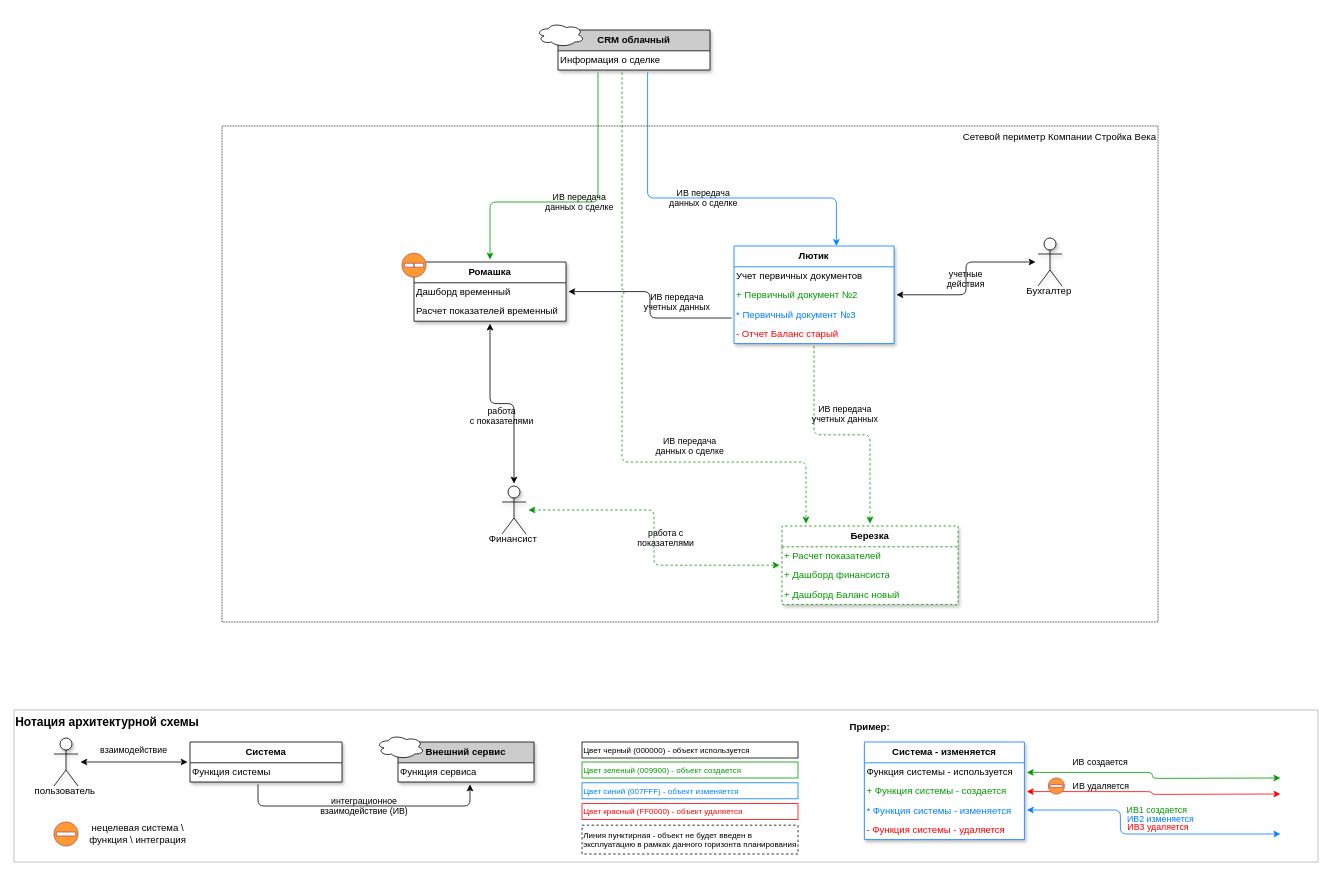
Earlier version of the draw.io diagram templates/L1-diagram-template.drawio (AndrewBiz/tarpar). Source tidied: cells renumbered, new cells numbered last; positions are measured from the earlier drawing's top-left corner, leaving out a move shared by most shapes. Both pictures are drawn from the tidied source at 80%, with x=0, y=0 at pixel (14, 14).
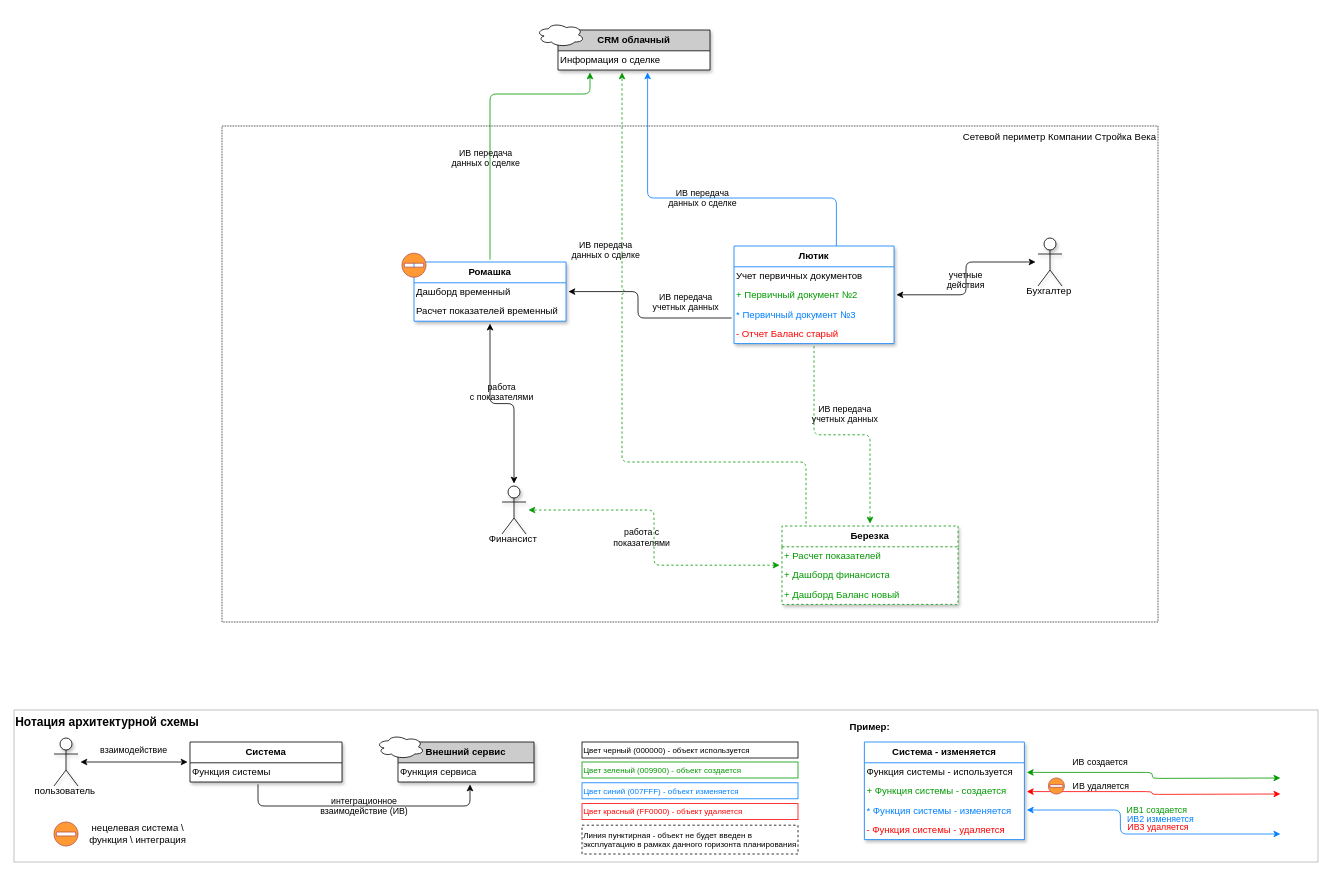
After the change.

Unchanged cells that the change refers to:
```xml
<mxCell id="36" value="Лютик" style="swimlane;strokeColor=#007FFF;rounded=0;strokeWidth=1;fontStyle=1;horizontal=1;startSize=26;fillColor=default;whiteSpace=wrap;labelBackgroundColor=none;swimlaneFillColor=#FFFFFF;swimlaneLine=1;shadow=1;glass=0;fixDash=0;movableLabel=0;noLabel=0;snapToPoint=0;perimeter=rectanglePerimeter;enumerate=0;comic=0;spacing=0;" parent="31" vertex="1">
  <mxGeometry x="900" y="290" width="200" height="122" as="geometry" />
</mxCell>
<mxCell id="41" value="Финансист" style="shape=umlActor;verticalLabelPosition=bottom;verticalAlign=top;outlineConnect=0;movableLabel=1;enumerate=0;comic=0;textShadow=0;shadow=1;" parent="31" vertex="1">
  <mxGeometry x="610" y="590" width="30" height="60" as="geometry">
    <mxPoint x="-1" y="-8" as="offset" />
  </mxGeometry>
</mxCell>
<mxCell id="42" value="Березка" style="swimlane;strokeColor=#009900;rounded=0;strokeWidth=1;fontStyle=1;horizontal=1;startSize=26;fillColor=default;whiteSpace=wrap;labelBackgroundColor=none;swimlaneFillColor=#FFFFFF;swimlaneLine=1;shadow=1;glass=0;fixDash=0;movableLabel=0;noLabel=0;snapToPoint=0;perimeter=rectanglePerimeter;enumerate=0;comic=0;spacing=0;dashed=1;" parent="31" vertex="1">
  <mxGeometry x="960" y="640" width="220" height="98" as="geometry" />
</mxCell>
<mxCell id="47" value="Бухгалтер" style="shape=umlActor;verticalLabelPosition=bottom;verticalAlign=top;outlineConnect=0;movableLabel=1;enumerate=0;comic=0;textShadow=0;shadow=1;" parent="31" vertex="1">
  <mxGeometry x="1280" y="280" width="30" height="60" as="geometry">
    <mxPoint x="-1" y="-8" as="offset" />
  </mxGeometry>
</mxCell>
<mxCell id="54" value="CRM облачный" style="swimlane;strokeColor=#000000;rounded=0;strokeWidth=1;fontStyle=1;horizontal=1;startSize=26;fillColor=#CCCCCC;whiteSpace=wrap;labelBackgroundColor=none;swimlaneFillColor=#FFFFFF;swimlaneLine=1;shadow=1;glass=0;fixDash=0;movableLabel=0;noLabel=0;snapToPoint=0;perimeter=rectanglePerimeter;enumerate=0;comic=0;spacing=0;" parent="53" vertex="1">
  <mxGeometry x="30" y="20" width="190" height="50" as="geometry" />
</mxCell>
<mxCell id="55" value="Информация о сделке" style="text;strokeColor=none;fillColor=none;align=left;verticalAlign=middle;spacingLeft=0;spacingRight=0;overflow=hidden;points=[[0,0.5],[1,0.5]];portConstraint=eastwest;whiteSpace=wrap;fontColor=#000000;noLabel=0;enumerate=0;textShadow=0;labelPosition=center;verticalLabelPosition=middle;spacing=3;" parent="54" vertex="1">
  <mxGeometry y="26" width="190" height="24" as="geometry" />
</mxCell>
```

Change to the diagram source:
```diff
@@
-    <mxCell id="33" value="Ромашка" style="swimlane;strokeColor=#000000;rounded=0;strokeWidth=1;fontStyle=1;horizontal=1;startSize=26;fillColor=default;whiteSpace=wrap;labelBackgroundColor=none;swimlaneFillColor=#FFFFFF;swimlaneLine=1;shadow=1;glass=0;fixDash=0;movableLabel=0;noLabel=0;snapToPoint=0;perimeter=rectanglePerimeter;enumerate=0;comic=0;spacing=0;" parent="31" vertex="1">
+    <mxCell id="33" value="Ромашка" style="swimlane;strokeColor=#007FFF;rounded=0;strokeWidth=1;fontStyle=1;horizontal=1;startSize=26;fillColor=default;whiteSpace=wrap;labelBackgroundColor=none;swimlaneFillColor=#FFFFFF;swimlaneLine=1;shadow=1;glass=0;fixDash=0;movableLabel=0;noLabel=0;snapToPoint=0;perimeter=rectanglePerimeter;enumerate=0;comic=0;spacing=0;" parent="31" vertex="1">
       <mxGeometry x="500" y="310" width="190" height="74" as="geometry" />
     </mxCell>
@@
-    <mxCell id="46" value="работа с&#10;показателями" style="edgeStyle=orthogonalEdgeStyle;rounded=1;jettySize=auto;fontColor=#000000;strokeColor=#009900;curved=0;fillOpacity=100;noJump=0;orthogonal=1;enumerate=0;perimeterSpacing=3;comic=0;arcSize=15;labelBackgroundColor=none;spacing=0;shadow=0;horizontal=1;startArrow=classic;startFill=1;jumpStyle=arc;dashed=1;" parent="31" edge="1" source="41" target="42">
+    <mxCell id="46" value="работа с&#10;показателями" style="edgeStyle=orthogonalEdgeStyle;rounded=1;jettySize=auto;fontColor=#000000;strokeColor=#009900;curved=0;fillOpacity=100;noJump=0;orthogonal=1;enumerate=0;perimeterSpacing=3;comic=0;arcSize=15;labelBackgroundColor=none;spacing=0;shadow=0;horizontal=1;startArrow=classic;startFill=1;jumpStyle=arc;dashed=1;" parent="31" edge="1" source="42" target="41">
       <mxGeometry y="15" relative="1" as="geometry" />
     </mxCell>
@@
-    <mxCell id="48" value="учетные&#10;действия" style="edgeStyle=orthogonalEdgeStyle;rounded=1;jettySize=auto;fontColor=#000000;strokeColor=#000000;curved=0;fillOpacity=100;noJump=0;orthogonal=1;enumerate=0;perimeterSpacing=3;comic=0;arcSize=15;labelBackgroundColor=none;spacing=0;shadow=0;horizontal=1;startArrow=classic;startFill=1;jumpStyle=arc;" parent="31" edge="1" source="36" target="47">
+    <mxCell id="48" value="учетные&#10;действия" style="edgeStyle=orthogonalEdgeStyle;rounded=1;jettySize=auto;fontColor=#000000;strokeColor=#000000;curved=0;fillOpacity=100;noJump=0;orthogonal=1;enumerate=0;perimeterSpacing=3;comic=0;arcSize=15;labelBackgroundColor=none;spacing=0;shadow=0;horizontal=1;startArrow=classic;startFill=1;jumpStyle=arc;" parent="31" edge="1" source="47" target="36">
       <mxGeometry relative="1" as="geometry">
         <mxPoint y="1" as="offset" />
       </mxGeometry>
     </mxCell>
@@
-    <mxCell id="50" value="работа&#10;с показателями" style="edgeStyle=orthogonalEdgeStyle;rounded=1;jettySize=auto;fontColor=#000000;strokeColor=#000000;curved=0;fillOpacity=100;noJump=0;orthogonal=1;enumerate=0;perimeterSpacing=3;comic=0;arcSize=15;labelBackgroundColor=none;spacing=0;shadow=0;horizontal=1;startArrow=classic;startFill=1;jumpStyle=arc;" parent="31" edge="1" source="41" target="33">
+    <mxCell id="50" value="работа&#10;с показателями" style="edgeStyle=orthogonalEdgeStyle;rounded=1;jettySize=auto;fontColor=#000000;strokeColor=#000000;curved=0;fillOpacity=100;noJump=0;orthogonal=1;enumerate=0;perimeterSpacing=3;comic=0;arcSize=15;labelBackgroundColor=none;spacing=0;shadow=0;horizontal=1;startArrow=classic;startFill=1;jumpStyle=arc;" parent="31" edge="1" source="33" target="41">
       <mxGeometry y="15" relative="1" as="geometry" />
     </mxCell>
     <mxCell id="51" value="ИВ передача&#10;учетных данных" style="edgeStyle=orthogonalEdgeStyle;rounded=1;jettySize=auto;fontColor=#000000;strokeColor=#000000;curved=0;fillOpacity=100;noJump=0;orthogonal=1;enumerate=0;perimeterSpacing=3;comic=0;arcSize=15;labelBackgroundColor=none;spacing=0;shadow=0;horizontal=1;jumpStyle=arc;" parent="31" edge="1" source="36" target="33">
-      <mxGeometry x="-0.43" y="-20" relative="1" as="geometry">
+      <mxGeometry x="-0.52" y="-20" relative="1" as="geometry">
         <Array as="points">
-          <mxPoint x="795" y="380" />
-          <mxPoint x="795" y="347" />
+          <mxPoint x="780" y="380" />
+          <mxPoint x="780" y="347" />
         </Array>
       </mxGeometry>
     </mxCell>
@@
-    <mxCell id="57" value="ИВ передача&#10;данных о сделке" style="edgeStyle=orthogonalEdgeStyle;rounded=1;jettySize=auto;fontColor=#000000;strokeColor=#007FFF;curved=0;fillOpacity=100;noJump=0;orthogonal=1;enumerate=0;perimeterSpacing=3;comic=0;arcSize=15;labelBackgroundColor=none;spacing=0;shadow=0;horizontal=1;jumpStyle=arc;entryX=0.64;entryY=0;entryDx=0;entryDy=0;entryPerimeter=0;" parent="31" edge="1" source="54" target="36">
+    <mxCell id="57" value="ИВ передача&#10;данных о сделке" style="edgeStyle=orthogonalEdgeStyle;rounded=1;jettySize=auto;fontColor=#000000;strokeColor=#007FFF;curved=0;fillOpacity=100;noJump=0;orthogonal=1;enumerate=0;perimeterSpacing=3;comic=0;arcSize=15;labelBackgroundColor=none;spacing=0;shadow=0;horizontal=1;jumpStyle=arc;exitX=0.64;exitY=0;exitDx=0;exitDy=0;exitPerimeter=0;" parent="31" edge="1" source="36" target="54">
       <mxGeometry relative="1" as="geometry">
         <Array as="points">
+          <mxPoint x="1028" y="230" />
           <mxPoint x="792" y="230" />
-          <mxPoint x="1028" y="230" />
         </Array>
       </mxGeometry>
     </mxCell>
-    <mxCell id="58" value="ИВ передача&#10;данных о сделке" style="edgeStyle=orthogonalEdgeStyle;rounded=1;jettySize=auto;fontColor=#000000;strokeColor=#009900;curved=0;fillOpacity=100;noJump=0;orthogonal=1;enumerate=0;perimeterSpacing=3;comic=0;arcSize=15;labelBackgroundColor=none;spacing=0;shadow=0;horizontal=1;jumpStyle=arc;" parent="31" edge="1" source="54" target="33">
-      <mxGeometry relative="1" as="geometry">
+    <mxCell id="58" value="ИВ передача&#10;данных о сделке" style="edgeStyle=orthogonalEdgeStyle;rounded=1;jettySize=auto;fontColor=#000000;strokeColor=#009900;curved=0;fillOpacity=100;noJump=0;orthogonal=1;enumerate=0;perimeterSpacing=3;comic=0;arcSize=15;labelBackgroundColor=none;spacing=0;shadow=0;horizontal=1;jumpStyle=arc;" parent="31" edge="1" source="33" target="54">
+      <mxGeometry x="-0.29" y="5" relative="1" as="geometry">
         <Array as="points">
-          <mxPoint x="730" y="235" />
-          <mxPoint x="595" y="235" />
+          <mxPoint x="595" y="100" />
+          <mxPoint x="720" y="100" />
         </Array>
       </mxGeometry>
     </mxCell>
-    <mxCell id="59" value="ИВ передача&#10;данных о сделке" style="edgeStyle=orthogonalEdgeStyle;rounded=1;jettySize=auto;fontColor=#000000;strokeColor=#009900;curved=0;fillOpacity=100;noJump=0;orthogonal=1;enumerate=0;perimeterSpacing=3;comic=0;arcSize=15;labelBackgroundColor=none;spacing=0;shadow=0;horizontal=1;jumpStyle=arc;dashed=1;" parent="31" edge="1" source="55" target="42">
+    <mxCell id="59" value="ИВ передача&#10;данных о сделке" style="edgeStyle=orthogonalEdgeStyle;rounded=1;jettySize=auto;fontColor=#000000;strokeColor=#009900;curved=0;fillOpacity=100;noJump=0;orthogonal=1;enumerate=0;perimeterSpacing=3;comic=0;arcSize=15;labelBackgroundColor=none;spacing=0;shadow=0;horizontal=1;jumpStyle=arc;dashed=1;" parent="31" edge="1" source="42" target="55">
       <mxGeometry x="0.44" y="20" relative="1" as="geometry">
         <Array as="points">
+          <mxPoint x="990" y="560" />
           <mxPoint x="760" y="560" />
-          <mxPoint x="990" y="560" />
         </Array>
       </mxGeometry>
     </mxCell>
```
